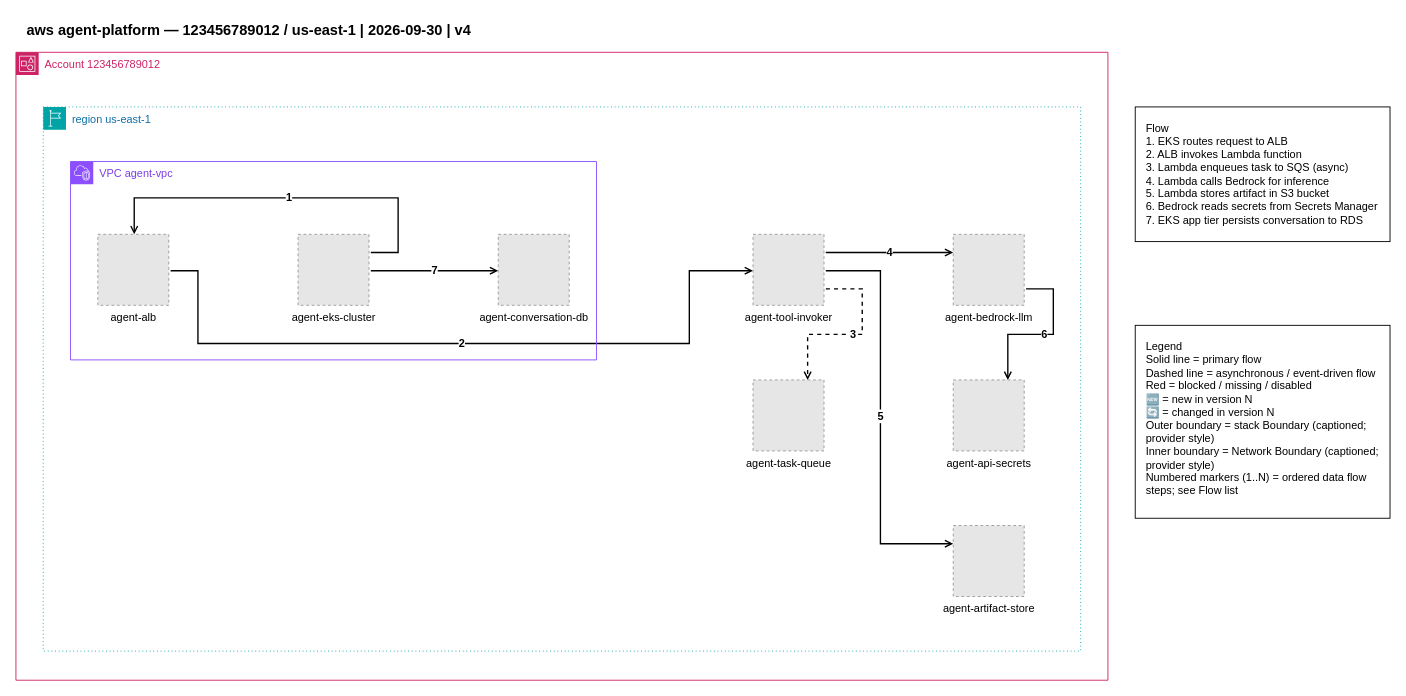
The draw.io diagram examples/aws/01-aws-agent-platform.drawio in totoshko88/Cloud_Architecture, before the edit. Source tidied: cells renumbered, new cells numbered last; positions are measured from the earlier drawing's top-left corner, leaving out a move shared by most shapes. Both pictures are drawn from the tidied source at 91%, with x=0, y=0 at pixel (15, 15). Pictures stored in the file or linked from it are replaced by grey dashed boxes.
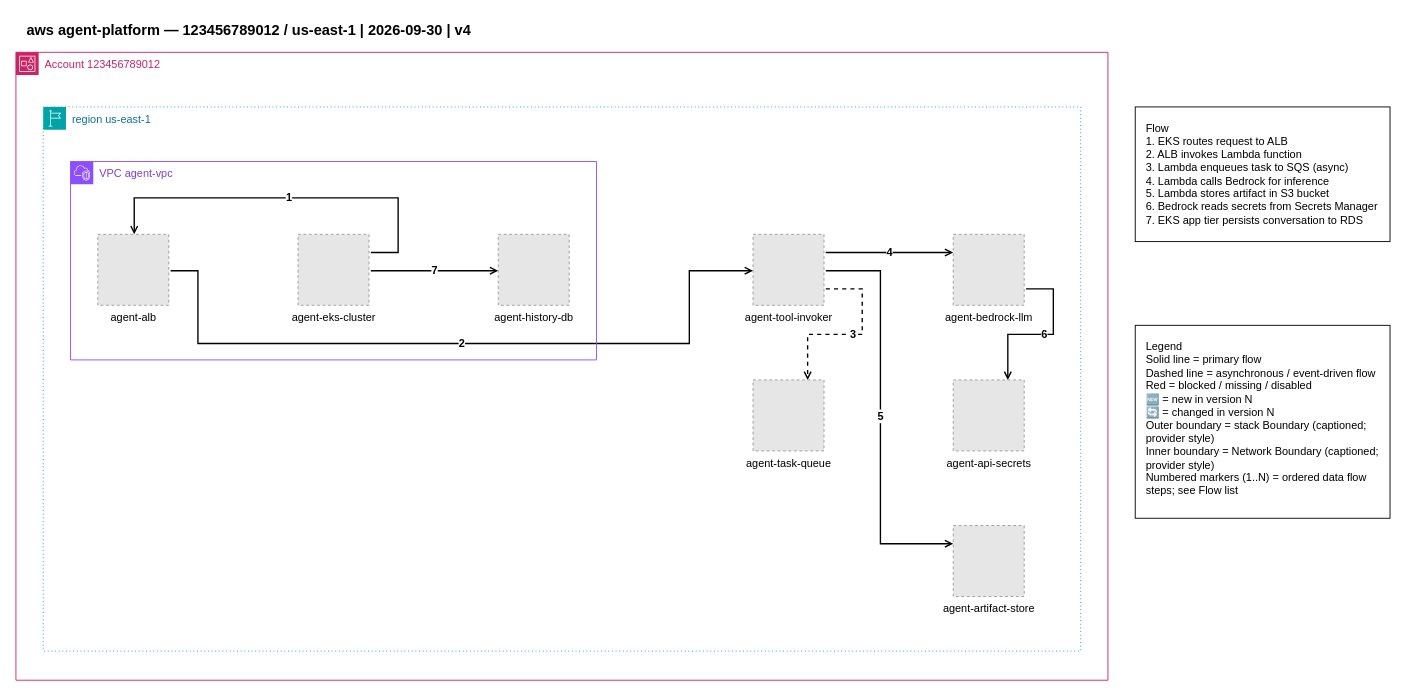
The same page after the edit.

Unchanged cells that the change refers to:
```xml
<mxCell id="12" value="VPC agent-vpc" style="shape=mxgraph.aws4.group;grIcon=mxgraph.aws4.group_vpc2;grStroke=1;fillColor=none;strokeColor=#8C4FFF;dashed=0;verticalAlign=top;align=left;spacingLeft=30;fontColor=#7B3FE4;fontSize=12;html=1;" parent="1" vertex="1">
  <mxGeometry x="60" y="160" width="578" height="218" as="geometry" />
</mxCell>
```

The edit, as a diff of the source:
```diff
@@
-    <mxCell id="15" value="agent-conversation-db" style="fillColor=#E6E6E6;strokeColor=#999999;dashed=1;verticalLabelPosition=bottom;verticalAlign=top;html=1;align=center;fontSize=12;labelBackgroundColor=#FFFFFF;" parent="12" vertex="1">
+    <mxCell id="15" value="agent-history-db" style="fillColor=#E6E6E6;strokeColor=#999999;dashed=1;verticalLabelPosition=bottom;verticalAlign=top;html=1;align=center;fontSize=12;labelBackgroundColor=#FFFFFF;" parent="12" vertex="1">
       <mxGeometry x="470" y="80" width="78" height="78" as="geometry" />
     </mxCell>
```
